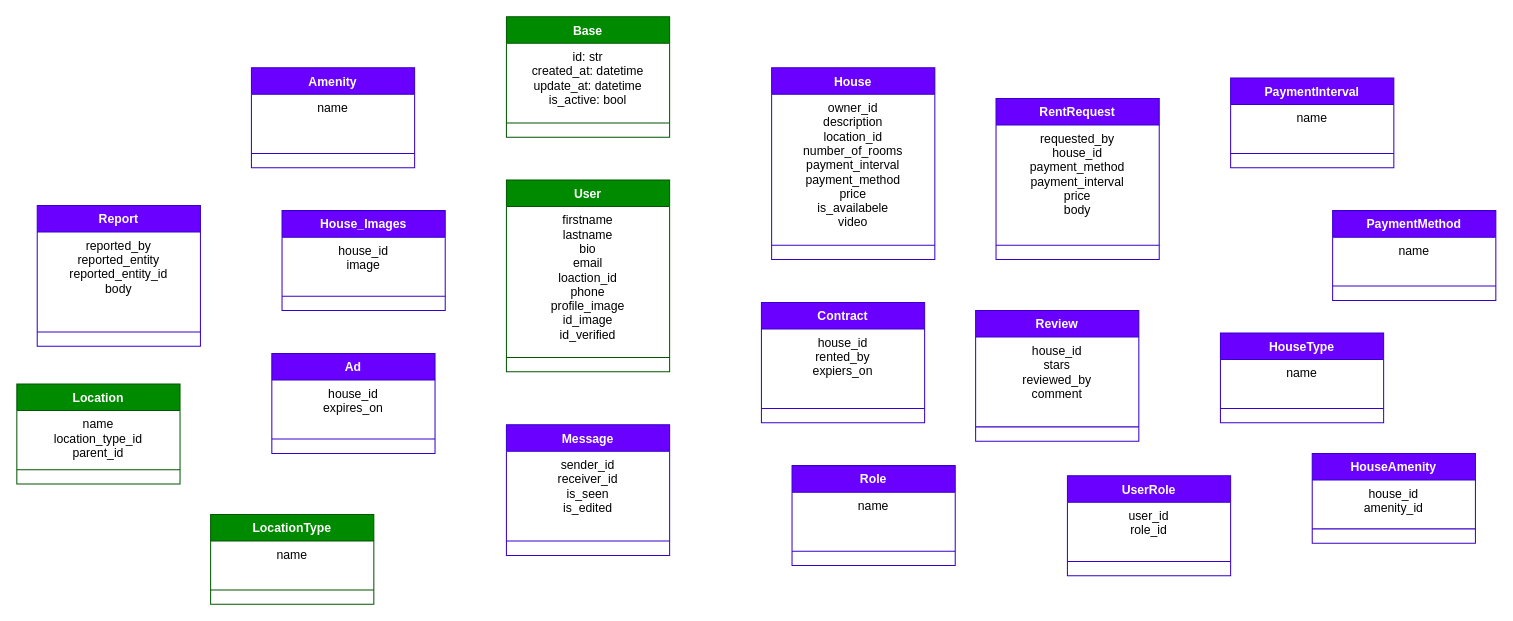
This is RentBridge/rentbridge-db.dio from MicrQ/100DaysOfDjango, a draw.io file, before an edit. Source tidied: cells renumbered, new cells numbered last; positions are measured from the earlier drawing's top-left corner, leaving out a move shared by most shapes. Both pictures are drawn from the tidied source at 102%, with x=0, y=0 at pixel (16, 16).
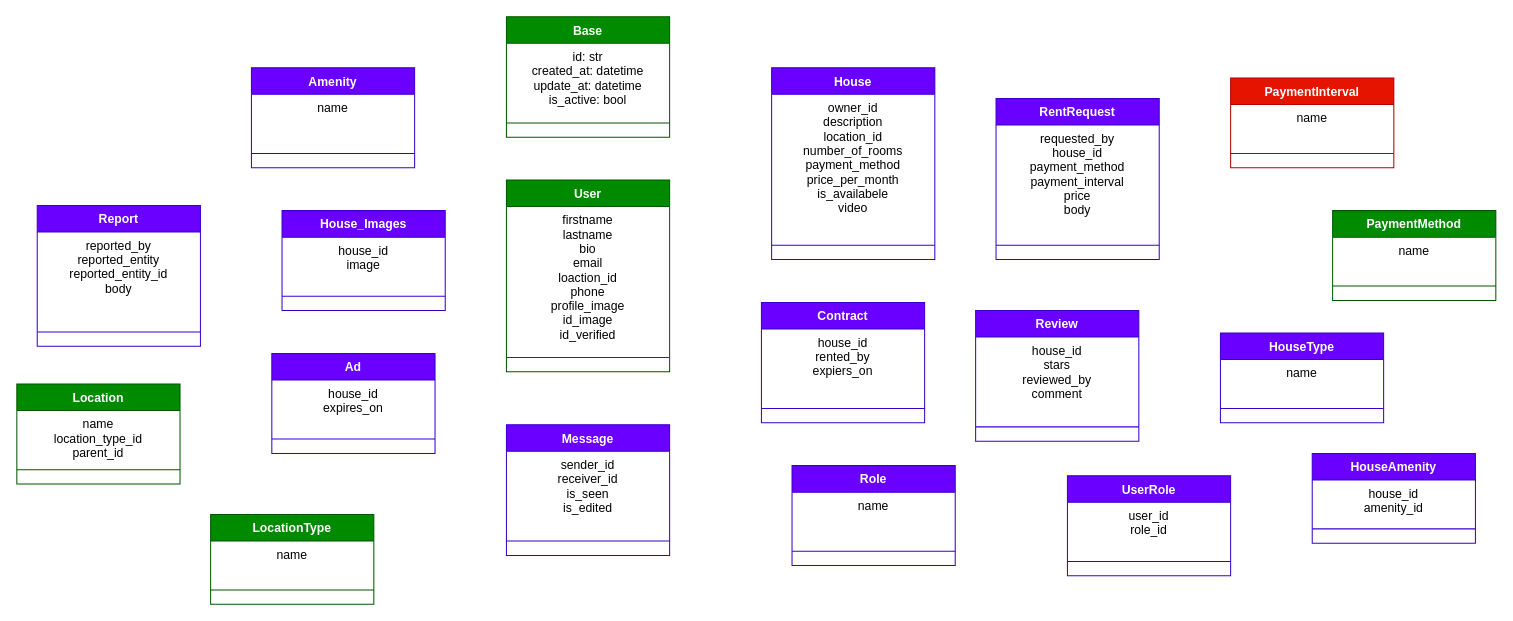
The same diagram, later.

Commit message:
modified the database model design

The change refers to these unchanged cells:
```xml
<mxCell id="8" value="House" style="swimlane;fontStyle=1;align=center;verticalAlign=top;horizontal=1;startSize=26;fillColor=#6a00ff;fontColor=#ffffff;strokeColor=#3700CC;" parent="1" vertex="1">
  <mxGeometry x="740" y="50" width="160" height="188" as="geometry" />
</mxCell>
```

Diff of the diagram source:
```diff
@@
-    <mxCell id="9" value="owner_id&#10;description&#10;location_id&#10;number_of_rooms&#10;payment_interval&#10;payment_method&#10;price&#10;is_availabele&#10;video" style="text;strokeColor=none;fillColor=none;align=center;verticalAlign=top;spacingLeft=4;spacingRight=4;overflow=hidden;" parent="8" vertex="1">
+    <mxCell id="9" value="owner_id&#10;description&#10;location_id&#10;number_of_rooms&#10;payment_method&#10;price_per_month&#10;is_availabele&#10;video" style="text;strokeColor=none;fillColor=none;align=center;verticalAlign=top;spacingLeft=4;spacingRight=4;overflow=hidden;" parent="8" vertex="1">
       <mxGeometry y="26" width="160" height="134" as="geometry" />
     </mxCell>
@@
-    <mxCell id="20" value="PaymentInterval" style="swimlane;fontStyle=1;align=center;verticalAlign=top;horizontal=1;startSize=26;fillColor=#6a00ff;fontColor=#ffffff;strokeColor=#3700CC;" parent="1" vertex="1">
+    <mxCell id="20" value="PaymentInterval" style="swimlane;fontStyle=1;align=center;verticalAlign=top;horizontal=1;startSize=26;fillColor=#e51400;fontColor=#ffffff;strokeColor=#B20000;" parent="1" vertex="1">
       <mxGeometry x="1190" y="60" width="160" height="88" as="geometry" />
     </mxCell>
@@
-    <mxCell id="23" value="PaymentMethod" style="swimlane;fontStyle=1;align=center;verticalAlign=top;horizontal=1;startSize=26;fillColor=#6a00ff;fontColor=#ffffff;strokeColor=#3700CC;" parent="1" vertex="1">
+    <mxCell id="23" value="PaymentMethod" style="swimlane;fontStyle=1;align=center;verticalAlign=top;horizontal=1;startSize=26;fillColor=#008a00;fontColor=#ffffff;strokeColor=#005700;" parent="1" vertex="1">
       <mxGeometry x="1290" y="190" width="160" height="88" as="geometry" />
     </mxCell>
```
